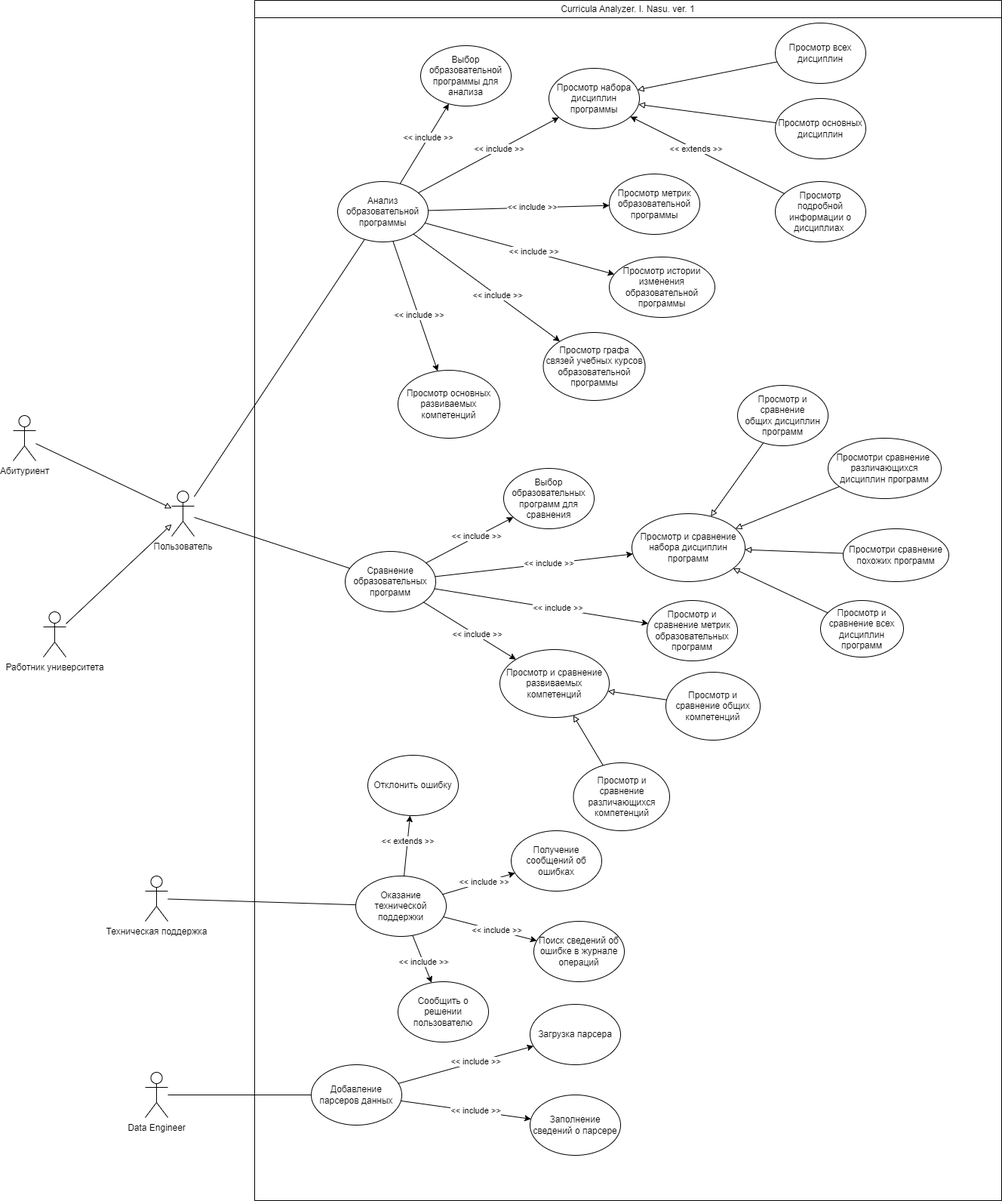
The draw.io diagram docs/HW 1/SSAD.drawio.png in yunas-x/Diploma, before a commit. Source tidied: cells renumbered, new cells last; positions are measured from the earlier drawing's top-left corner, leaving out a move shared by most shapes.
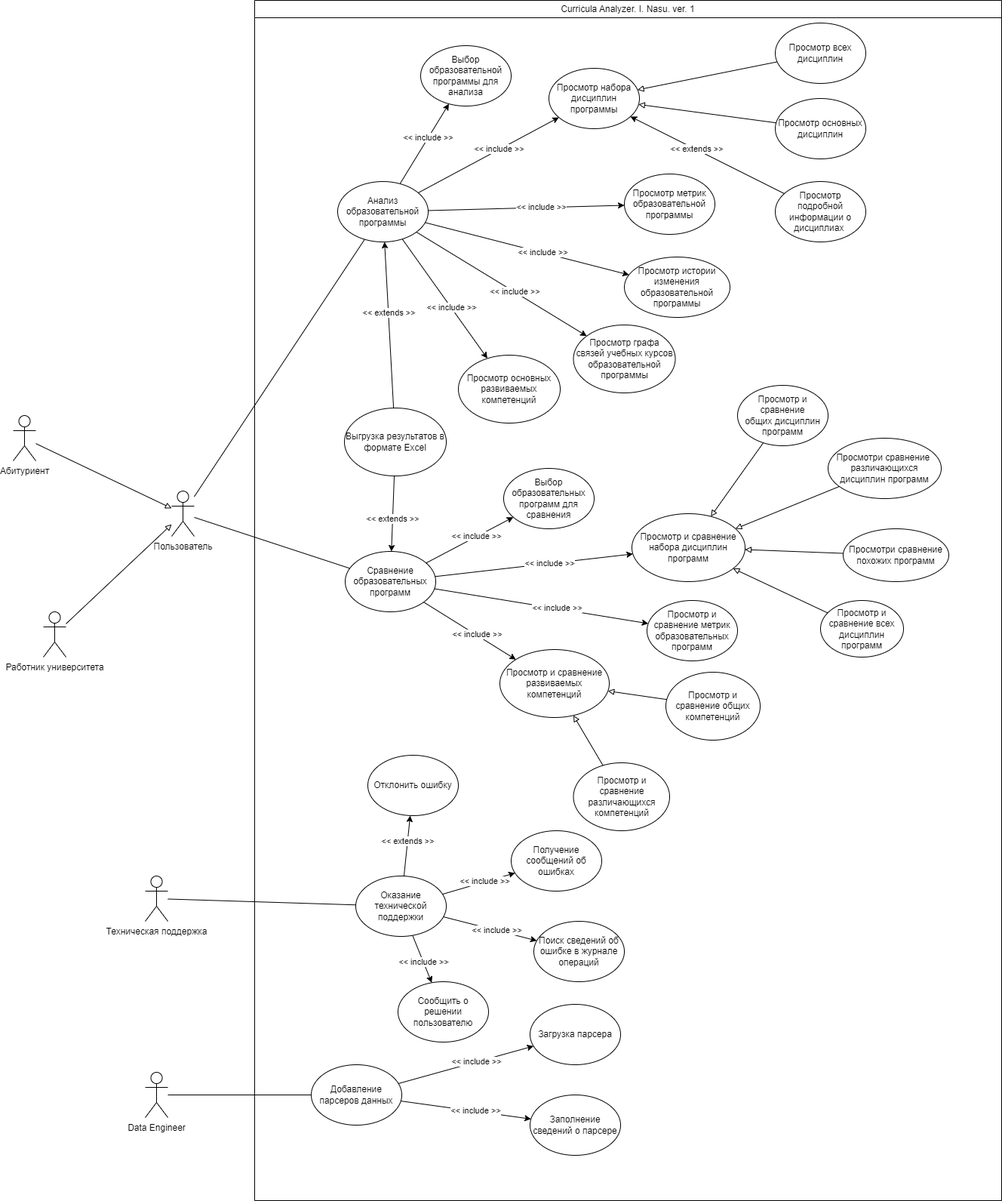
After the commit.

Change to the diagram source:
```diff
@@ -20,7 +20,7 @@
       <mxGeometry x="120" y="730" width="120" height="80" as="geometry" />
     </mxCell>
     <mxCell id="7" value="Просмотр графа связей учебных курсов образовательной программы" style="ellipse;whiteSpace=wrap;html=1;" parent="2" vertex="1">
-      <mxGeometry x="382.5" y="440" width="135" height="90" as="geometry" />
+      <mxGeometry x="422.5" y="430" width="135" height="90" as="geometry" />
     </mxCell>
     <mxCell id="8" value="Выбор образовательной программы для анализа" style="ellipse;whiteSpace=wrap;html=1;" parent="2" vertex="1">
       <mxGeometry x="220" y="60" width="120" height="80" as="geometry" />
@@ -29,10 +29,10 @@
       <mxGeometry x="390" y="90" width="120" height="80" as="geometry" />
     </mxCell>
     <mxCell id="10" value="Просмотр истории изменения образовательной программы" style="ellipse;whiteSpace=wrap;html=1;" parent="2" vertex="1">
-      <mxGeometry x="470" y="340" width="140" height="80" as="geometry" />
+      <mxGeometry x="490" y="340" width="140" height="80" as="geometry" />
     </mxCell>
     <mxCell id="11" value="Просмотр метрик образовательной программы" style="ellipse;whiteSpace=wrap;html=1;" parent="2" vertex="1">
-      <mxGeometry x="470" y="230" width="120" height="80" as="geometry" />
+      <mxGeometry x="490" y="230" width="120" height="80" as="geometry" />
     </mxCell>
     <mxCell id="12" value="Оказание технической поддержки" style="ellipse;whiteSpace=wrap;html=1;" parent="2" vertex="1">
       <mxGeometry x="134" y="1160" width="120" height="80" as="geometry" />
@@ -79,7 +79,7 @@
       </mxGeometry>
     </mxCell>
     <mxCell id="24" value="Просмотр основных развиваемых компетенций" style="ellipse;whiteSpace=wrap;html=1;" parent="2" vertex="1">
-      <mxGeometry x="190" y="490" width="135" height="90" as="geometry" />
+      <mxGeometry x="270" y="470" width="135" height="90" as="geometry" />
     </mxCell>
     <mxCell id="25" style="rounded=0;jettySize=auto;html=1;" parent="2" edge="1" source="5" target="24">
       <mxGeometry relative="1" as="geometry" />
@@ -258,6 +258,25 @@
         <mxPoint y="-1" as="offset" />
       </mxGeometry>
     </mxCell>
+    <mxCell id="85" value="Выгрузка результатов в формате Excel" style="ellipse;whiteSpace=wrap;html=1;" parent="2" vertex="1">
+      <mxGeometry x="119" y="540" width="135" height="90" as="geometry" />
+    </mxCell>
+    <mxCell id="86" style="rounded=0;jettySize=auto;html=1;" parent="2" edge="1" source="85" target="5">
+      <mxGeometry relative="1" as="geometry" />
+    </mxCell>
+    <mxCell id="87" value="&amp;lt;&amp;lt; extends &amp;gt;&amp;gt;" style="edgeLabel;html=1;align=center;verticalAlign=middle;" parent="86" vertex="1">
+      <mxGeometry x="0.15" relative="1" as="geometry">
+        <mxPoint y="-1" as="offset" />
+      </mxGeometry>
+    </mxCell>
+    <mxCell id="88" style="rounded=0;jettySize=auto;html=1;" parent="2" edge="1" source="85" target="6">
+      <mxGeometry relative="1" as="geometry" />
+    </mxCell>
+    <mxCell id="89" value="&amp;lt;&amp;lt; extends &amp;gt;&amp;gt;" style="edgeLabel;html=1;align=center;verticalAlign=middle;" parent="88" vertex="1">
+      <mxGeometry x="0.15" relative="1" as="geometry">
+        <mxPoint y="-1" as="offset" />
+      </mxGeometry>
+    </mxCell>
     <mxCell id="76" style="rounded=0;jettySize=auto;html=1;endArrow=none;endFill=0;" parent="1" edge="1" source="77" target="5">
       <mxGeometry relative="1" as="geometry" />
     </mxCell>
```
